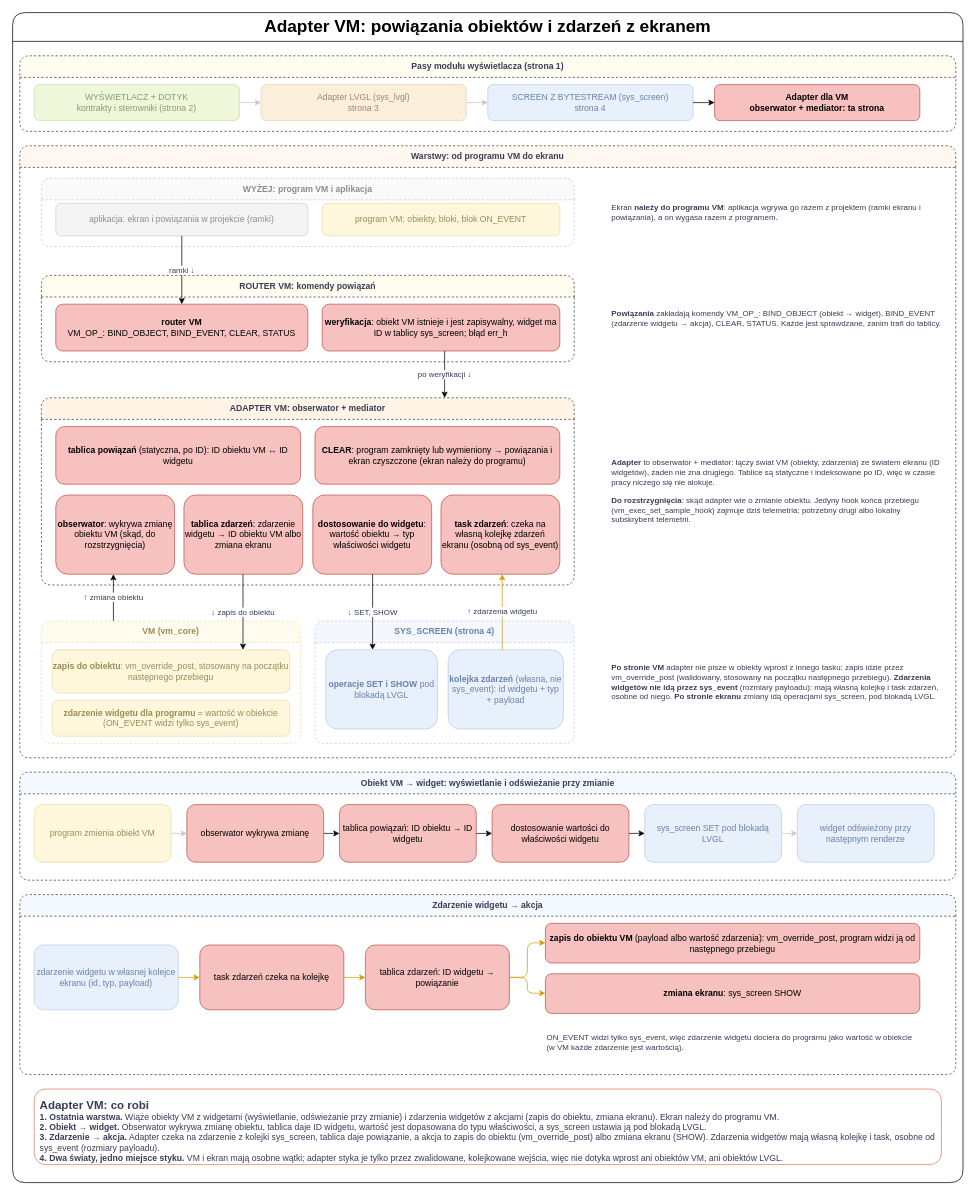
Before: page "4 Adapter VM" (4 of 4) of _SOFTWARE/runit-display.drawio in prukasz/runIT, a draw.io diagram. Source tidied: cells renumbered, new cells numbered last; positions are measured from the earlier drawing's top-left corner, leaving out a move shared by most shapes. Both pictures are drawn from the tidied source at 72%, with x=0, y=0 at pixel (12, 12).
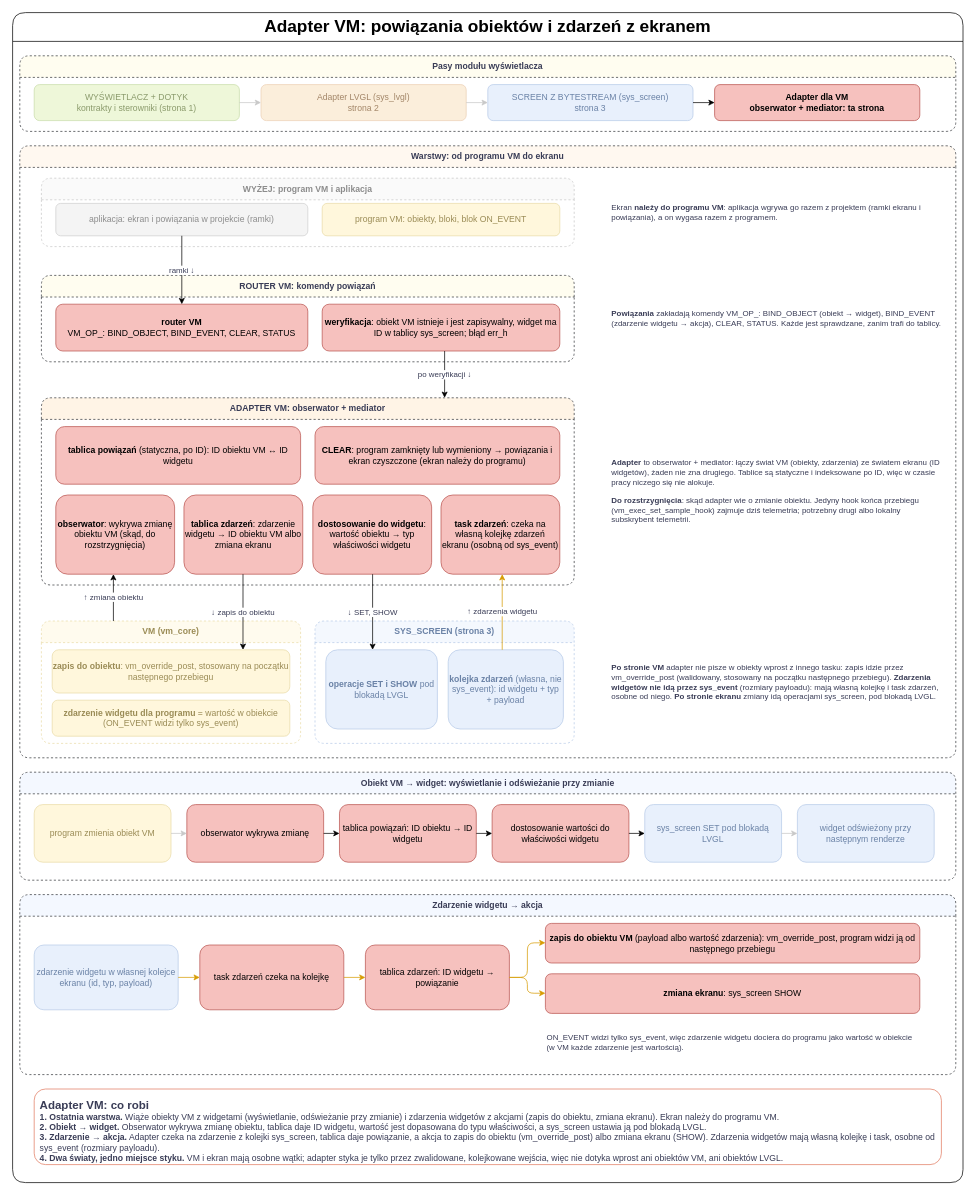
After the change.

Diff of the diagram source:
```diff
@@
-    <mxCell id="3" value="Pasy modułu wyświetlacza (strona 1)" style="swimlane;whiteSpace=wrap;html=1;startSize=30;rounded=1;dashed=1;fillColor=#fffdf0;strokeColor=#36393d;fontColor=#393C56;fontStyle=1;roundedPerimeter=1;" parent="1" vertex="1">
+    <mxCell id="3" value="Pasy modułu wyświetlacza" style="swimlane;whiteSpace=wrap;html=1;startSize=30;rounded=1;dashed=1;fillColor=#fffdf0;strokeColor=#36393d;fontColor=#393C56;fontStyle=1;roundedPerimeter=1;" parent="1" vertex="1">
       <mxGeometry x="10" y="60" width="1300" height="105" as="geometry" />
     </mxCell>
-    <mxCell id="4" value="WYŚWIETLACZ + DOTYK&lt;br&gt;kontrakty i sterowniki (strona 2)" style="rounded=1;whiteSpace=wrap;html=1;fillColor=#eef7d9;strokeColor=#c9dcab;fontColor=#8a9a6b;roundedPerimeter=1;" parent="1" vertex="1">
+    <mxCell id="4" value="WYŚWIETLACZ + DOTYK&lt;br&gt;kontrakty i sterowniki (strona 1)" style="rounded=1;whiteSpace=wrap;html=1;fillColor=#eef7d9;strokeColor=#c9dcab;fontColor=#8a9a6b;roundedPerimeter=1;" parent="1" vertex="1">
       <mxGeometry x="30" y="100" width="285" height="50" as="geometry" />
     </mxCell>
-    <mxCell id="5" value="Adapter LVGL (sys_lvgl)&lt;br&gt;strona 3" style="rounded=1;whiteSpace=wrap;html=1;fillColor=#fbeedb;strokeColor=#ecd0b6;fontColor=#a38668;roundedPerimeter=1;" parent="1" vertex="1">
+    <mxCell id="5" value="Adapter LVGL (sys_lvgl)&lt;br&gt;strona 2" style="rounded=1;whiteSpace=wrap;html=1;fillColor=#fbeedb;strokeColor=#ecd0b6;fontColor=#a38668;roundedPerimeter=1;" parent="1" vertex="1">
       <mxGeometry x="345" y="100" width="285" height="50" as="geometry" />
     </mxCell>
-    <mxCell id="6" value="SCREEN Z BYTESTREAM (sys_screen)&lt;br&gt;strona 4" style="rounded=1;whiteSpace=wrap;html=1;fillColor=#e8f0fc;strokeColor=#b7cbe8;fontColor=#6a82a6;roundedPerimeter=1;" parent="1" vertex="1">
+    <mxCell id="6" value="SCREEN Z BYTESTREAM (sys_screen)&lt;br&gt;strona 3" style="rounded=1;whiteSpace=wrap;html=1;fillColor=#e8f0fc;strokeColor=#b7cbe8;fontColor=#6a82a6;roundedPerimeter=1;" parent="1" vertex="1">
       <mxGeometry x="660" y="100" width="285" height="50" as="geometry" />
     </mxCell>
@@
-    <mxCell id="28" value="SYS_SCREEN (strona 4)" style="swimlane;whiteSpace=wrap;html=1;startSize=30;rounded=1;dashed=1;fillColor=#f4f8fe;strokeColor=#b7cbe8;fontColor=#6a82a6;fontStyle=1;roundedPerimeter=1;" parent="1" vertex="1">
+    <mxCell id="28" value="SYS_SCREEN (strona 3)" style="swimlane;whiteSpace=wrap;html=1;startSize=30;rounded=1;dashed=1;fillColor=#f4f8fe;strokeColor=#b7cbe8;fontColor=#6a82a6;fontStyle=1;roundedPerimeter=1;" parent="1" vertex="1">
       <mxGeometry x="420" y="845" width="360" height="170" as="geometry" />
     </mxCell>
```
